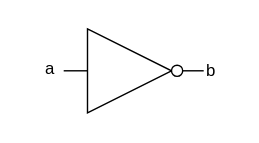
Before: .pic/Introduction/How FPGA works/fig_04.drawio.svg, a diagram exported from draw.io (MPSU/APS). Source tidied: cells renumbered, new cells last; positions are measured from the earlier drawing's top-left corner, leaving out a move shared by most shapes. Source of this version:
```xml
<mxGraphModel>
  <root>
    <mxCell id="0" />
    <mxCell id="1" parent="0" />
    <mxCell id="2" style="verticalLabelPosition=bottom;shadow=0;dashed=0;align=center;html=1;verticalAlign=top;shape=mxgraph.electrical.logic_gates.inverter_2;" parent="1" vertex="1">
      <mxGeometry x="25" width="100" height="60" as="geometry" />
    </mxCell>
    <mxCell id="3" value="a" style="text;html=1;align=center;verticalAlign=middle;strokeColor=none;fillColor=none;" parent="1" vertex="1">
      <mxGeometry y="14" width="30" height="30" as="geometry" />
    </mxCell>
    <mxCell id="4" value="b" style="text;html=1;align=center;verticalAlign=middle;strokeColor=none;fillColor=none;" parent="1" vertex="1">
      <mxGeometry x="115" y="15" width="30" height="30" as="geometry" />
    </mxCell>
  </root>
</mxGraphModel>
```
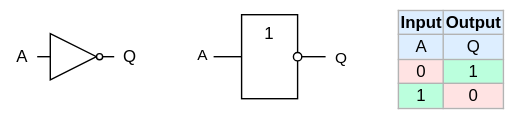
Above is the later version.

What changed in the source:
```diff
@@ -2,14 +2,40 @@
   <root>
     <mxCell id="0" />
     <mxCell id="1" parent="0" />
-    <mxCell id="2" style="verticalLabelPosition=bottom;shadow=0;dashed=0;align=center;html=1;verticalAlign=top;shape=mxgraph.electrical.logic_gates.inverter_2;" parent="1" vertex="1">
-      <mxGeometry x="25" width="100" height="60" as="geometry" />
+    <mxCell id="2" value="A" style="text;html=1;align=center;verticalAlign=middle;strokeColor=none;fillColor=none;" parent="1" vertex="1">
+      <mxGeometry x="-242" y="164" width="30" height="30" as="geometry" />
     </mxCell>
-    <mxCell id="3" value="a" style="text;html=1;align=center;verticalAlign=middle;strokeColor=none;fillColor=none;" parent="1" vertex="1">
-      <mxGeometry y="14" width="30" height="30" as="geometry" />
+    <mxCell id="3" value="Q" style="text;html=1;align=center;verticalAlign=middle;strokeColor=none;fillColor=none;" parent="1" vertex="1">
+      <mxGeometry x="-165" y="164" width="30" height="30" as="geometry" />
     </mxCell>
-    <mxCell id="4" value="b" style="text;html=1;align=center;verticalAlign=middle;strokeColor=none;fillColor=none;" parent="1" vertex="1">
-      <mxGeometry x="115" y="15" width="30" height="30" as="geometry" />
+    <mxCell id="4" style="edgeStyle=orthogonalEdgeStyle;rounded=0;jettySize=auto;html=1;exitX=0;exitY=0.5;exitDx=0;exitDy=0;endArrow=none;endFill=0;" parent="1" edge="1" source="6">
+      <mxGeometry relative="1" as="geometry">
+        <mxPoint x="-90" y="179" as="targetPoint" />
+      </mxGeometry>
     </mxCell>
+    <mxCell id="5" value="A" style="edgeLabel;html=1;align=center;verticalAlign=middle;" parent="4" vertex="1">
+      <mxGeometry x="-0.23" y="-2" relative="1" as="geometry">
+        <mxPoint x="-22" as="offset" />
+      </mxGeometry>
+    </mxCell>
+    <mxCell id="6" value="1" style="rounded=0;whiteSpace=wrap;html=1;horizontal=1;verticalAlign=top;" parent="1" vertex="1">
+      <mxGeometry x="-70" y="149" width="40" height="60" as="geometry" />
+    </mxCell>
+    <mxCell id="7" style="verticalLabelPosition=bottom;shadow=0;dashed=0;align=center;html=1;verticalAlign=top;shape=mxgraph.electrical.logic_gates.inverter_2;" parent="1" vertex="1">
+      <mxGeometry x="-216" y="162.5" width="55" height="33" as="geometry" />
+    </mxCell>
+    <mxCell id="8" style="edgeStyle=orthogonalEdgeStyle;rounded=0;jettySize=auto;html=1;exitX=1;exitY=0.5;exitDx=0;exitDy=0;endArrow=none;endFill=0;startArrow=oval;startFill=1;backgroundOutline=0;startFillColor=#FFFFFF;" parent="1" edge="1" source="6">
+      <mxGeometry relative="1" as="geometry">
+        <mxPoint x="-10" y="179" as="targetPoint" />
+      </mxGeometry>
+    </mxCell>
+    <mxCell id="9" value="Q" style="edgeLabel;html=1;align=center;verticalAlign=middle;" parent="8" vertex="1">
+      <mxGeometry x="0.63" y="1" relative="1" as="geometry">
+        <mxPoint x="14" y="1" as="offset" />
+      </mxGeometry>
+    </mxCell>
+    <mxCell id="10" value="&lt;table border=&quot;1&quot; class=&quot;wikitable&quot; style=&quot;float: right; border: 1px solid rgb(179, 179, 179); border-collapse: collapse;&quot;&gt;&lt;tbody&gt;&lt;tr style=&quot;background:#def; text-align:center;&quot;&gt;&lt;td&gt;&lt;b&gt;Input&lt;/b&gt;&lt;/td&gt;&lt;td&gt;&lt;b&gt;Output&lt;/b&gt;&lt;br&gt;&lt;/td&gt;&lt;/tr&gt;&lt;tr style=&quot;background:#def; text-align:center;&quot;&gt;&lt;td&gt;A&lt;/td&gt;&lt;td&gt;Q&lt;br&gt;&lt;/td&gt;&lt;/tr&gt;&lt;tr&gt;&lt;td style=&quot;background: #FFE3E3; color: black; vertical-align: middle; text-align: center;&quot; class=&quot;table-no2&quot;&gt;0&lt;/td&gt;&lt;td style=&quot;background:#bfd; color:black; vertical-align:middle; text-align:center;&quot; class=&quot;table-yes2&quot;&gt;1&lt;br&gt;&lt;/td&gt;&lt;/tr&gt;&lt;tr&gt;&lt;td style=&quot;background:#bfd; color:black; vertical-align:middle; text-align:center;&quot; class=&quot;table-yes2&quot;&gt;1&lt;/td&gt;&lt;td style=&quot;background: #FFE3E3; color: black; vertical-align: middle; text-align: center;&quot; class=&quot;table-no2&quot;&gt;0&lt;br&gt;&lt;/td&gt;&lt;/tr&gt;&lt;/tbody&gt;&lt;/table&gt;" style="text;whiteSpace=wrap;html=1;" parent="1" vertex="1">
+      <mxGeometry x="40" y="139" width="80" height="90" as="geometry" />
+    </mxCell>
   </root>
 </mxGraphModel>
```
